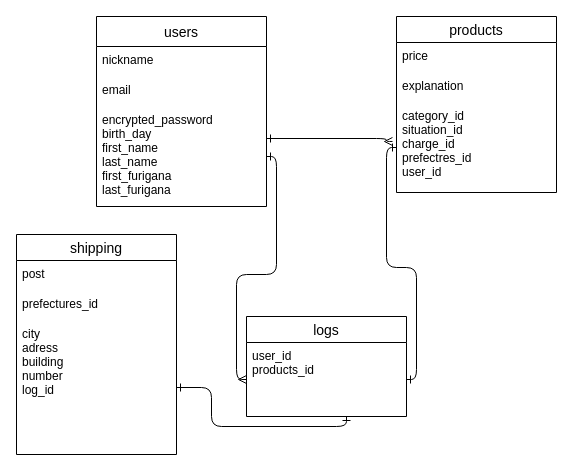
Before: furima.dio in Aki1634/furima-37996, a draw.io diagram. Source tidied: cells renumbered, new cells numbered last; positions are measured from the earlier drawing's top-left corner, leaving out a move shared by most shapes. Both pictures are drawn from the tidied source at 100%, with x=0, y=0 at pixel (16, 16).
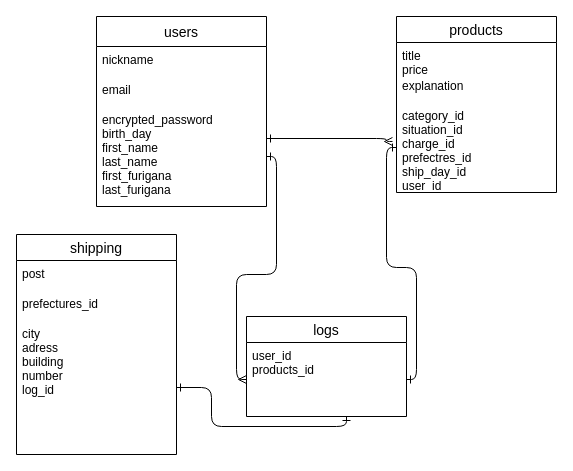
The same diagram, later.

The change refers to these unchanged cells:
```xml
<mxCell id="6" value="products" style="swimlane;fontStyle=0;horizontal=1;startSize=26;align=center;fontSize=14;fontFamily=Helvetica;fontColor=default;strokeColor=default;fillColor=default;" parent="1" vertex="1">
  <mxGeometry x="380" width="160" height="176" as="geometry" />
</mxCell>
```

Diff of the diagram source:
```diff
@@
-    <mxCell id="7" value="price" style="text;strokeColor=none;fillColor=none;spacingLeft=4;spacingRight=4;overflow=hidden;fontSize=12;fontFamily=Helvetica;fontColor=default;startSize=30;" parent="6" vertex="1">
+    <mxCell id="7" value="title&#10;price" style="text;strokeColor=none;fillColor=none;spacingLeft=4;spacingRight=4;overflow=hidden;fontSize=12;fontFamily=Helvetica;fontColor=default;startSize=30;" parent="6" vertex="1">
       <mxGeometry y="26" width="160" height="30" as="geometry" />
     </mxCell>
@@
-    <mxCell id="9" value="category_id&#10;situation_id&#10;charge_id &#10;prefectres_id&#10;user_id" style="text;strokeColor=none;fillColor=none;spacingLeft=4;spacingRight=4;overflow=hidden;points=[[0,0.5],[1,0.5]];portConstraint=eastwest;fontSize=12;fontFamily=Helvetica;fontColor=default;startSize=30;" parent="6" vertex="1">
+    <mxCell id="9" value="category_id&#10;situation_id&#10;charge_id &#10;prefectres_id&#10;ship_day_id&#10;user_id&#10;" style="text;strokeColor=none;fillColor=none;spacingLeft=4;spacingRight=4;overflow=hidden;points=[[0,0.5],[1,0.5]];portConstraint=eastwest;fontSize=12;fontFamily=Helvetica;fontColor=default;startSize=30;" parent="6" vertex="1">
       <mxGeometry y="86" width="160" height="90" as="geometry" />
     </mxCell>
```
